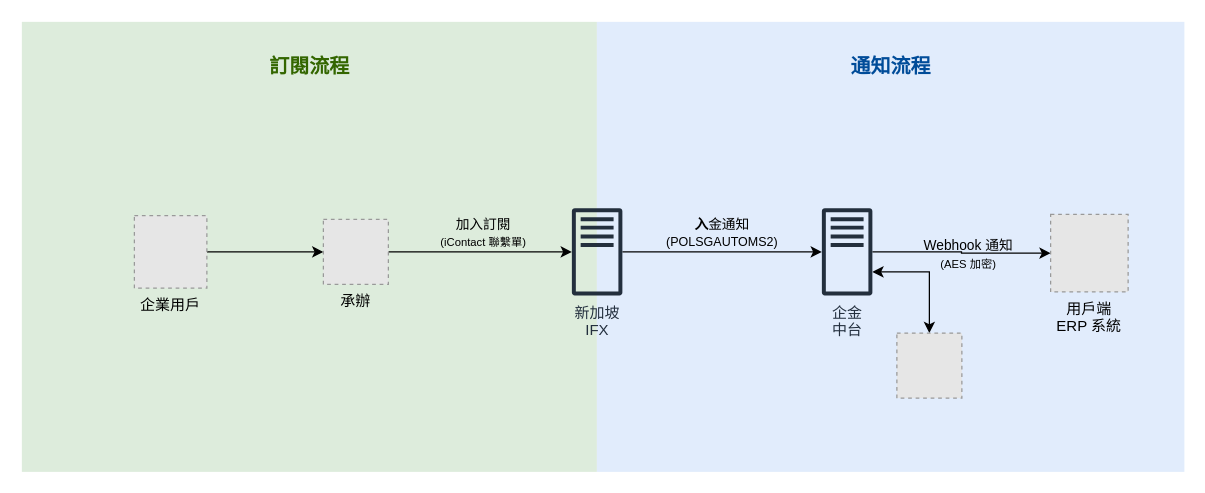
Wayne-Kao/draw.io keeps this draw.io diagram as page "新加坡入金通知流程圖" (2 of 3) of 主動入金通知.drawio. Above is the earlier version. Source tidied: cells renumbered, new cells numbered last; positions are measured from the earlier drawing's top-left corner, leaving out a move shared by most shapes. Both pictures are drawn from the tidied source at 125%, with x=0, y=0 at pixel (21, 21). Pictures stored in the file or linked from it are replaced by grey dashed boxes.
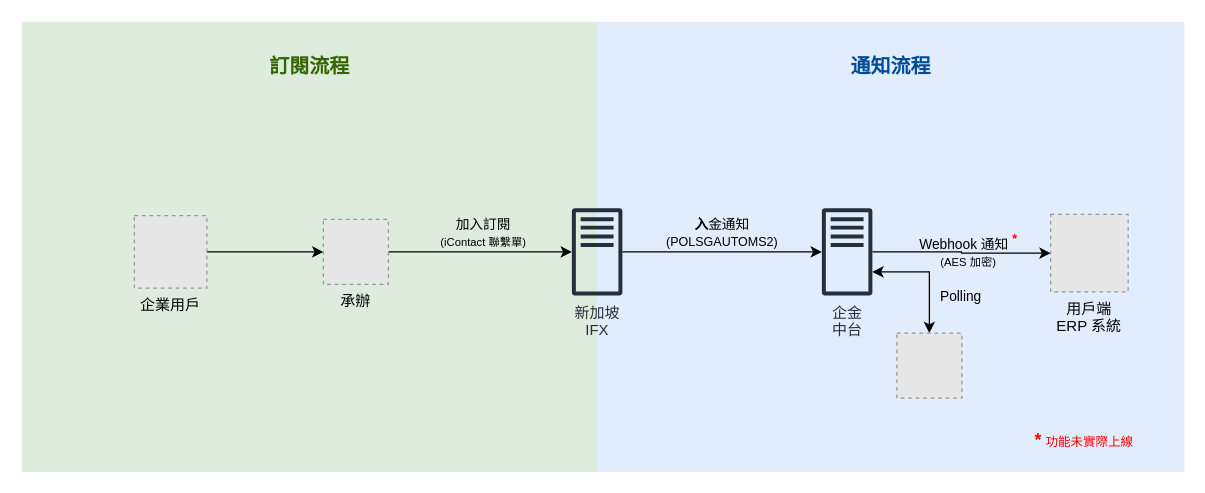
The same diagram, later.

Commit message:
更新主動入金通知.drawio

The change refers to these unchanged cells:
```xml
<mxCell id="14" style="edgeStyle=orthogonalEdgeStyle;rounded=0;jettySize=auto;html=1;entryX=0;entryY=0.5;entryDx=0;entryDy=0;" parent="1" edge="1" source="17" target="19">
  <mxGeometry relative="1" as="geometry" />
</mxCell>
<mxCell id="16" style="edgeStyle=orthogonalEdgeStyle;rounded=0;jettySize=auto;html=1;entryX=0.5;entryY=0;entryDx=0;entryDy=0;startArrow=classic;startFill=1;" parent="1" edge="1" source="17" target="18">
  <mxGeometry relative="1" as="geometry">
    <Array as="points">
      <mxPoint x="726" y="200" />
    </Array>
  </mxGeometry>
</mxCell>
```

The edit, as a diff of the source:
```diff
@@
-    <mxCell id="15" value="Webhook 通知&lt;br&gt;&lt;font style=&quot;font-size: 9px;&quot;&gt;(AES 加密)&lt;/font&gt;" style="edgeLabel;html=1;align=center;verticalAlign=middle;labelBackgroundColor=none;" parent="14" vertex="1">
+    <mxCell id="15" value="Webhook 通知&amp;nbsp;&lt;font color=&quot;#ff0000&quot;&gt;&lt;span style=&quot;font-size: 12px;&quot;&gt;&lt;b&gt;&lt;sup&gt;*&lt;/sup&gt;&lt;/b&gt;&lt;/span&gt;&lt;/font&gt;&lt;br&gt;&lt;font style=&quot;font-size: 9px;&quot;&gt;(AES 加密)&lt;/font&gt;" style="edgeLabel;html=1;align=center;verticalAlign=middle;labelBackgroundColor=none;" parent="14" vertex="1">
       <mxGeometry x="-0.01" y="2" relative="1" as="geometry">
-        <mxPoint x="3" y="2" as="offset" />
+        <mxPoint x="3" y="-1" as="offset" />
       </mxGeometry>
     </mxCell>
@@
+    <mxCell id="20" value="Polling" style="edgeLabel;html=1;align=center;verticalAlign=middle;labelBackgroundColor=none;" parent="16" vertex="1">
+      <mxGeometry x="0.5" y="2" relative="1" as="geometry">
+        <mxPoint x="22" y="-6" as="offset" />
+      </mxGeometry>
+    </mxCell>
@@
+    <mxCell id="21" value="&lt;font style=&quot;font-size: 14px; color: rgb(255, 0, 0);&quot;&gt;&lt;b&gt;*&lt;/b&gt;&lt;/font&gt;&lt;font&gt;&lt;font style=&quot;font-weight: bold; color: light-dark(rgb(255, 0, 0), rgb(237, 237, 237));&quot;&gt;&amp;nbsp;&lt;/font&gt;&lt;font style=&quot;font-size: 10px; color: light-dark(rgb(255, 0, 0), rgb(237, 237, 237));&quot;&gt;功能未實際上線&lt;/font&gt;&lt;/font&gt;" style="text;html=1;whiteSpace=wrap;strokeColor=none;fillColor=none;align=center;verticalAlign=middle;rounded=0;" parent="1" vertex="1">
+      <mxGeometry x="770" y="320" width="160" height="30" as="geometry" />
+    </mxCell>
```
